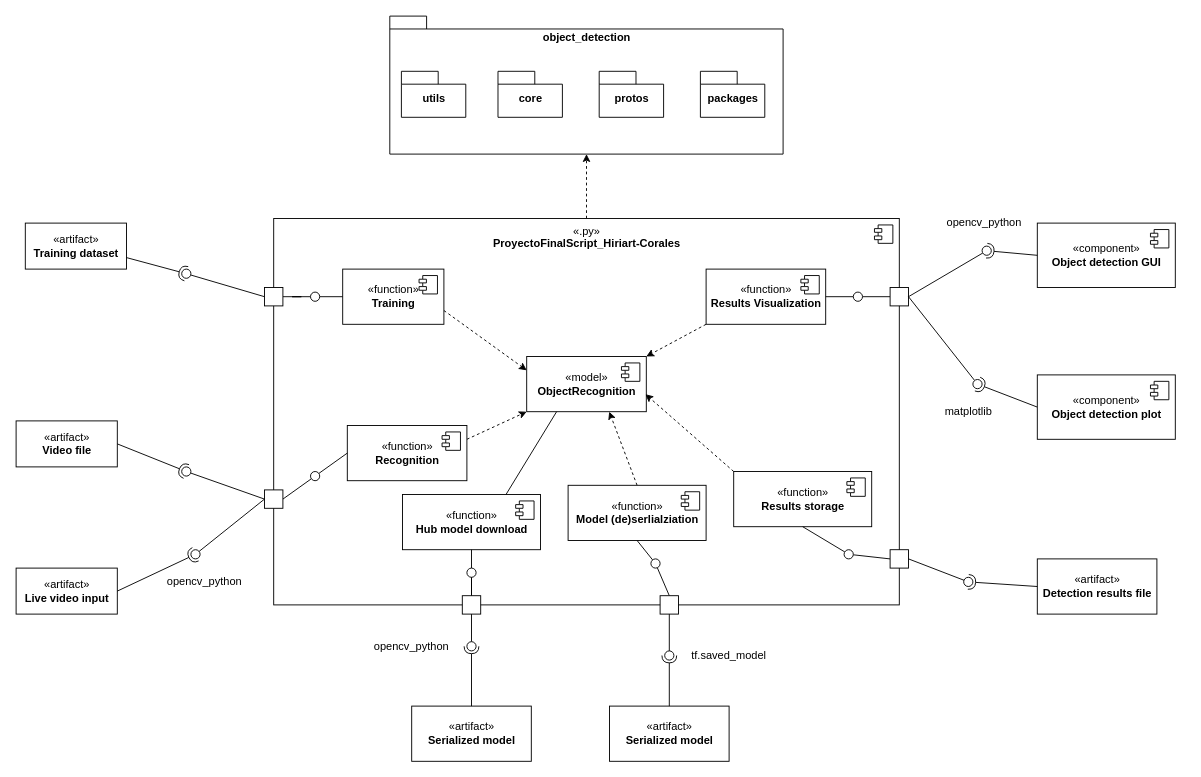
This is Diseno Proyecto Final_Hiriart Corales.drawio from LuisCoralesM/Final-Project-AI-I_Hiriart-Corales, a draw.io file, before an edit. Source tidied: cells renumbered, new cells numbered last; positions are measured from the earlier drawing's top-left corner, leaving out a move shared by most shapes. Both pictures are drawn from the tidied source at 92%, with x=0, y=0 at pixel (16, 16).
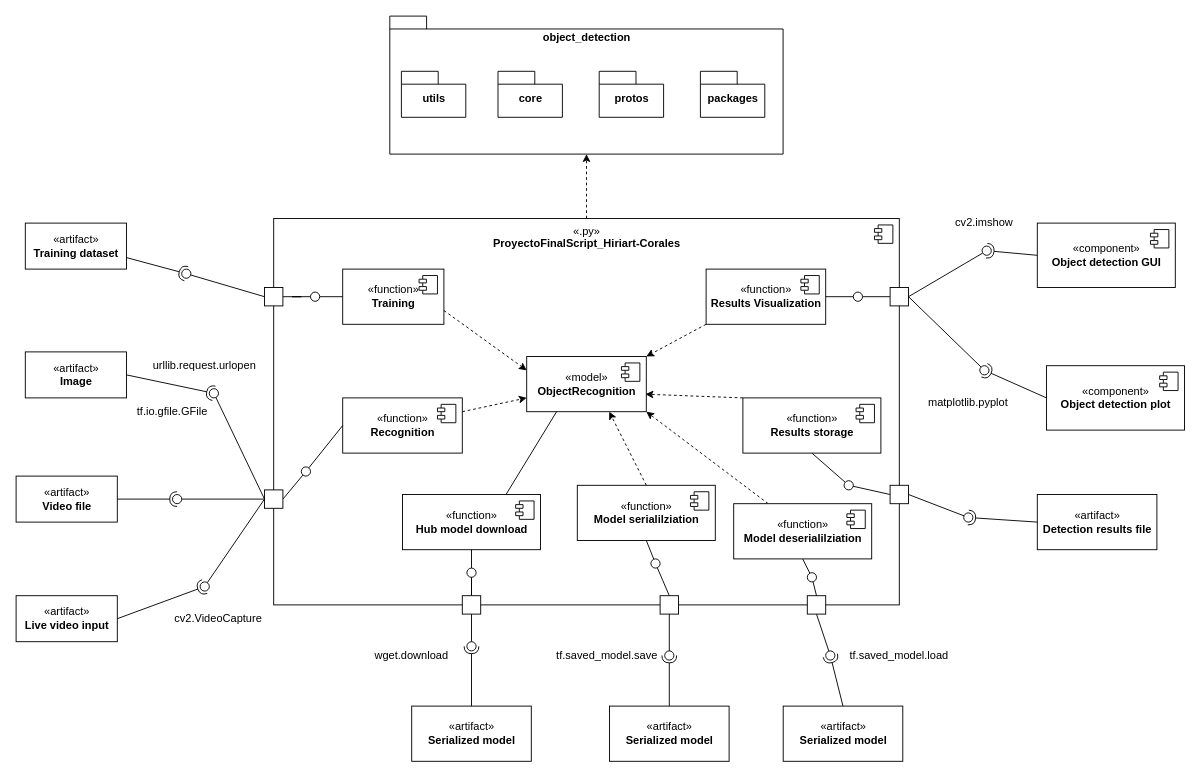
The same diagram, later.

Unchanged cells that the change refers to:
```xml
<mxCell id="22" style="whiteSpace=wrap;html=1;" parent="1" vertex="1">
  <mxGeometry x="270" y="515" width="20" height="20" as="geometry" />
</mxCell>
<mxCell id="45" value="«model»&lt;br&gt;&lt;b&gt;ObjectRecognition&lt;/b&gt;" style="html=1;" parent="1" vertex="1">
  <mxGeometry x="555" y="370" width="130" height="60" as="geometry" />
</mxCell>
```

What changed in the source:
```diff
@@
     <mxCell id="2" value="«artifact»&lt;br&gt;&lt;b&gt;Video file&lt;/b&gt;" style="html=1;" parent="1" vertex="1">
-      <mxGeometry y="440" width="110" height="50" as="geometry" />
+      <mxGeometry y="500" width="110" height="50" as="geometry" />
     </mxCell>
@@
     <mxCell id="9" style="ellipse;whiteSpace=wrap;html=1;align=center;points=[];outlineConnect=0;sketch=0;" parent="1" vertex="1">
-      <mxGeometry x="180" y="490" width="10" height="10" as="geometry" />
+      <mxGeometry x="170" y="520" width="10" height="10" as="geometry" />
     </mxCell>
@@
     <mxCell id="15" value="«artifact»&lt;br&gt;&lt;b&gt;Detection results file&lt;/b&gt;" style="html=1;" parent="1" vertex="1">
-      <mxGeometry x="1110" y="590" width="130" height="60" as="geometry" />
+      <mxGeometry x="1110" y="520" width="130" height="60" as="geometry" />
     </mxCell>
@@
     <mxCell id="26" style="whiteSpace=wrap;html=1;" parent="1" vertex="1">
-      <mxGeometry x="950" y="580" width="20" height="20" as="geometry" />
+      <mxGeometry x="950" y="510" width="20" height="20" as="geometry" />
     </mxCell>
@@
     <mxCell id="32" style="ellipse;whiteSpace=wrap;html=1;align=center;points=[];outlineConnect=0;sketch=0;" parent="1" vertex="1">
-      <mxGeometry x="1030" y="610" width="10" height="10" as="geometry" />
+      <mxGeometry x="1030" y="540" width="10" height="10" as="geometry" />
     </mxCell>
     <mxCell id="33" value="«artifact»&lt;br&gt;&lt;b&gt;Live video input&lt;/b&gt;" style="html=1;" parent="1" vertex="1">
-      <mxGeometry y="600" width="110" height="50" as="geometry" />
+      <mxGeometry y="630" width="110" height="50" as="geometry" />
     </mxCell>
@@
     <mxCell id="36" style="ellipse;whiteSpace=wrap;html=1;align=center;points=[];outlineConnect=0;sketch=0;" parent="1" vertex="1">
-      <mxGeometry x="190" y="580" width="10" height="10" as="geometry" />
+      <mxGeometry x="200" y="615" width="10" height="10" as="geometry" />
     </mxCell>
-    <mxCell id="37" value="opencv_python" style="text;html=1;strokeColor=none;fillColor=none;align=center;verticalAlign=middle;whiteSpace=wrap;rounded=0;" parent="1" vertex="1">
-      <mxGeometry x="160" y="600" width="90" height="30" as="geometry" />
+    <mxCell id="37" value="cv2.VideoCapture" style="text;html=1;strokeColor=none;fillColor=none;align=center;verticalAlign=middle;whiteSpace=wrap;rounded=0;" parent="1" vertex="1">
+      <mxGeometry x="170" y="640" width="100" height="30" as="geometry" />
     </mxCell>
-    <mxCell id="38" value="opencv_python" style="text;html=1;strokeColor=none;fillColor=none;align=center;verticalAlign=middle;whiteSpace=wrap;rounded=0;" parent="1" vertex="1">
+    <mxCell id="38" value="cv2.imshow" style="text;html=1;strokeColor=none;fillColor=none;align=center;verticalAlign=middle;whiteSpace=wrap;rounded=0;" parent="1" vertex="1">
       <mxGeometry x="1010" y="210" width="85" height="30" as="geometry" />
     </mxCell>
@@
-    <mxCell id="54" value="«function»&lt;br&gt;&lt;b&gt;Model (de)serlialziation&lt;/b&gt;" style="html=1;" parent="1" vertex="1">
-      <mxGeometry x="600" y="510" width="150" height="60" as="geometry" />
+    <mxCell id="54" value="«function»&lt;br&gt;&lt;b&gt;Model serialilziation&lt;/b&gt;" style="html=1;" parent="1" vertex="1">
+      <mxGeometry x="610" y="510" width="150" height="60" as="geometry" />
     </mxCell>
@@
-    <mxCell id="56" style="edgeStyle=none;rounded=0;jettySize=auto;html=1;exitX=1;exitY=0.25;exitDx=0;exitDy=0;entryX=0;entryY=1;entryDx=0;entryDy=0;dashed=1;endArrow=classic;endFill=1;" parent="1" edge="1" source="57" target="45">
+    <mxCell id="56" style="edgeStyle=none;rounded=0;jettySize=auto;html=1;exitX=1;exitY=0.25;exitDx=0;exitDy=0;entryX=0;entryY=0.75;entryDx=0;entryDy=0;dashed=1;endArrow=classic;endFill=1;" parent="1" edge="1" source="57" target="45">
       <mxGeometry relative="1" as="geometry" />
     </mxCell>
     <mxCell id="57" value="«function»&lt;br&gt;&lt;b&gt;Recognition&lt;/b&gt;" style="html=1;" parent="1" vertex="1">
-      <mxGeometry x="360" y="445" width="130" height="60" as="geometry" />
+      <mxGeometry x="355" y="415" width="130" height="60" as="geometry" />
     </mxCell>
@@
     <mxCell id="60" value="«function»&lt;br&gt;&lt;b&gt;Results storage&lt;/b&gt;" style="html=1;" parent="1" vertex="1">
-      <mxGeometry x="780" y="495" width="150" height="60" as="geometry" />
+      <mxGeometry x="790" y="415" width="150" height="60" as="geometry" />
     </mxCell>
@@
     <mxCell id="67" style="ellipse;whiteSpace=wrap;html=1;align=center;points=[];outlineConnect=0;sketch=0;" parent="1" vertex="1">
-      <mxGeometry x="320" y="495" width="10" height="10" as="geometry" />
+      <mxGeometry x="310" y="490" width="10" height="10" as="geometry" />
     </mxCell>
@@
     <mxCell id="69" style="ellipse;whiteSpace=wrap;html=1;align=center;points=[];outlineConnect=0;sketch=0;" parent="1" vertex="1">
-      <mxGeometry x="900" y="580" width="10" height="10" as="geometry" />
+      <mxGeometry x="900" y="505" width="10" height="10" as="geometry" />
     </mxCell>
@@
     <mxCell id="74" style="ellipse;whiteSpace=wrap;html=1;align=center;points=[];outlineConnect=0;sketch=0;" parent="1" vertex="1">
-      <mxGeometry x="1040" y="395" width="10" height="10" as="geometry" />
+      <mxGeometry x="1047.5" y="380" width="10" height="10" as="geometry" />
     </mxCell>
     <mxCell id="75" value="«component»&lt;br&gt;&lt;b&gt;Object detection plot&lt;br&gt;&lt;/b&gt;" style="html=1;" parent="1" vertex="1">
-      <mxGeometry x="1110" y="390" width="150" height="70" as="geometry" />
+      <mxGeometry x="1120" y="380" width="150" height="70" as="geometry" />
     </mxCell>
@@
-    <mxCell id="77" value="matplotlib" style="text;html=1;strokeColor=none;fillColor=none;align=center;verticalAlign=middle;whiteSpace=wrap;rounded=0;" parent="1" vertex="1">
-      <mxGeometry x="992.5" y="415" width="85" height="30" as="geometry" />
+    <mxCell id="77" value="matplotlib.pyplot" style="text;html=1;strokeColor=none;fillColor=none;align=center;verticalAlign=middle;whiteSpace=wrap;rounded=0;" parent="1" vertex="1">
+      <mxGeometry x="986.2" y="405" width="97.5" height="30" as="geometry" />
     </mxCell>
@@
-    <mxCell id="89" value="opencv_python" style="text;html=1;strokeColor=none;fillColor=none;align=center;verticalAlign=middle;whiteSpace=wrap;rounded=0;" parent="1" vertex="1">
-      <mxGeometry x="385" y="670" width="90" height="30" as="geometry" />
+    <mxCell id="89" value="wget.download" style="text;html=1;strokeColor=none;fillColor=none;align=center;verticalAlign=middle;whiteSpace=wrap;rounded=0;" parent="1" vertex="1">
+      <mxGeometry x="385" y="680" width="90" height="30" as="geometry" />
     </mxCell>
-    <mxCell id="90" value="tf.saved_model" style="text;html=1;strokeColor=none;fillColor=none;align=center;verticalAlign=middle;whiteSpace=wrap;rounded=0;" parent="1" vertex="1">
-      <mxGeometry x="730" y="680" width="90" height="30" as="geometry" />
+    <mxCell id="90" value="tf.saved_model.load" style="text;html=1;strokeColor=none;fillColor=none;align=center;verticalAlign=middle;whiteSpace=wrap;rounded=0;" parent="1" vertex="1">
+      <mxGeometry x="900" y="680" width="120" height="30" as="geometry" />
     </mxCell>
@@
+    <mxCell id="96" value="«artifact»&lt;br&gt;&lt;b&gt;Image&lt;/b&gt;" style="html=1;" parent="1" vertex="1">
+      <mxGeometry x="10" y="365" width="110" height="50" as="geometry" />
+    </mxCell>
+    <mxCell id="97" style="rounded=0;jettySize=auto;html=1;endArrow=none;endFill=0;sketch=0;sourcePerimeterSpacing=0;targetPerimeterSpacing=0;exitX=0;exitY=0.5;exitDx=0;exitDy=0;" parent="1" edge="1" source="22" target="99">
+      <mxGeometry relative="1" as="geometry" />
+    </mxCell>
+    <mxCell id="98" style="rounded=0;jettySize=auto;html=1;endArrow=halfCircle;endFill=0;entryX=0.5;entryY=0.5;endSize=6;strokeWidth=1;sketch=0;exitX=1;exitY=0.5;exitDx=0;exitDy=0;" parent="1" edge="1" source="96" target="99">
+      <mxGeometry relative="1" as="geometry" />
+    </mxCell>
+    <mxCell id="99" style="ellipse;whiteSpace=wrap;html=1;align=center;points=[];outlineConnect=0;sketch=0;" parent="1" vertex="1">
+      <mxGeometry x="210" y="405" width="10" height="10" as="geometry" />
+    </mxCell>
+    <mxCell id="100" value="urllib.request.urlopen" style="text;html=1;strokeColor=none;fillColor=none;align=center;verticalAlign=middle;whiteSpace=wrap;rounded=0;" parent="1" vertex="1">
+      <mxGeometry x="145" y="365" width="120" height="30" as="geometry" />
+    </mxCell>
+    <mxCell id="101" value="tf.io.gfile.GFile" style="text;html=1;strokeColor=none;fillColor=none;align=center;verticalAlign=middle;whiteSpace=wrap;rounded=0;" parent="1" vertex="1">
+      <mxGeometry x="110" y="415" width="120" height="30" as="geometry" />
+    </mxCell>
+    <mxCell id="102" value="tf.saved_model.save" style="text;html=1;strokeColor=none;fillColor=none;align=center;verticalAlign=middle;whiteSpace=wrap;rounded=0;" parent="1" vertex="1">
+      <mxGeometry x="585" y="680" width="115" height="30" as="geometry" />
+    </mxCell>
+    <mxCell id="103" style="rounded=0;jettySize=auto;html=1;exitX=0.25;exitY=0;exitDx=0;exitDy=0;entryX=1;entryY=1;entryDx=0;entryDy=0;dashed=1;" parent="1" edge="1" source="104" target="45">
+      <mxGeometry relative="1" as="geometry" />
+    </mxCell>
+    <mxCell id="104" value="«function»&lt;br&gt;&lt;b&gt;Model deserialilziation&lt;/b&gt;" style="html=1;" parent="1" vertex="1">
+      <mxGeometry x="780" y="530" width="150" height="60" as="geometry" />
+    </mxCell>
+    <mxCell id="105" style="shape=module;jettyWidth=8;jettyHeight=4;" parent="104" vertex="1">
+      <mxGeometry x="1" width="20" height="20" relative="1" as="geometry">
+        <mxPoint x="-27" y="7" as="offset" />
+      </mxGeometry>
+    </mxCell>
+    <mxCell id="106" value="«artifact»&lt;br&gt;&lt;b&gt;Serialized model&lt;br&gt;&lt;/b&gt;" style="html=1;" parent="1" vertex="1">
+      <mxGeometry x="833.8" y="750" width="130" height="60" as="geometry" />
+    </mxCell>
+    <mxCell id="107" style="whiteSpace=wrap;html=1;" parent="1" vertex="1">
+      <mxGeometry x="860" y="630" width="20" height="20" as="geometry" />
+    </mxCell>
+    <mxCell id="108" style="rounded=0;jettySize=auto;html=1;endArrow=none;endFill=0;sketch=0;sourcePerimeterSpacing=0;targetPerimeterSpacing=0;exitX=0.5;exitY=1;exitDx=0;exitDy=0;" parent="1" edge="1" source="104" target="109">
+      <mxGeometry relative="1" as="geometry" />
+    </mxCell>
+    <mxCell id="109" style="ellipse;whiteSpace=wrap;html=1;align=center;points=[];outlineConnect=0;sketch=0;" parent="1" vertex="1">
+      <mxGeometry x="860" y="605" width="10" height="10" as="geometry" />
+    </mxCell>
+    <mxCell id="110" style="edgeStyle=none;rounded=0;jettySize=auto;html=1;exitX=0.5;exitY=0;exitDx=0;exitDy=0;endArrow=none;endFill=0;" parent="1" edge="1" source="107" target="109">
+      <mxGeometry relative="1" as="geometry" />
+    </mxCell>
+    <mxCell id="111" style="rounded=0;jettySize=auto;html=1;endArrow=none;endFill=0;sketch=0;sourcePerimeterSpacing=0;targetPerimeterSpacing=0;exitX=0.5;exitY=1;exitDx=0;exitDy=0;" parent="1" edge="1" source="107" target="113">
+      <mxGeometry relative="1" as="geometry" />
+    </mxCell>
+    <mxCell id="112" style="rounded=0;jettySize=auto;html=1;endArrow=halfCircle;endFill=0;entryX=0.5;entryY=0.5;endSize=6;strokeWidth=1;sketch=0;exitX=0.5;exitY=0;exitDx=0;exitDy=0;" parent="1" edge="1" source="106" target="113">
+      <mxGeometry relative="1" as="geometry" />
+    </mxCell>
+    <mxCell id="113" style="ellipse;whiteSpace=wrap;html=1;align=center;points=[];outlineConnect=0;sketch=0;" parent="1" vertex="1">
+      <mxGeometry x="880" y="690" width="10" height="10" as="geometry" />
+    </mxCell>
```
